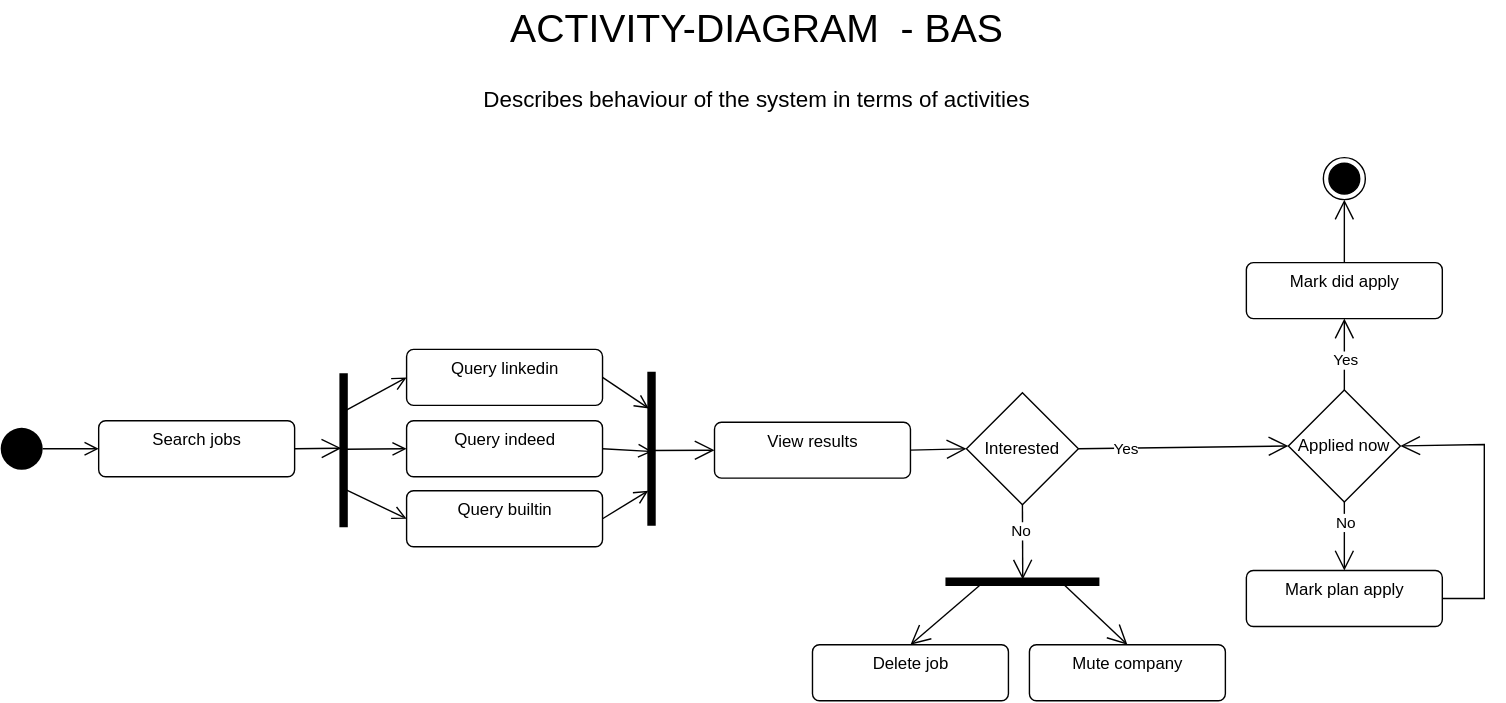
Earlier version of the draw.io export diagrams/Diagram-ACTIVITY.drawio.svg (vadzimk/bas). Source tidied: cells renumbered, new cells last; positions are measured from the earlier drawing's top-left corner, leaving out a move shared by most shapes.
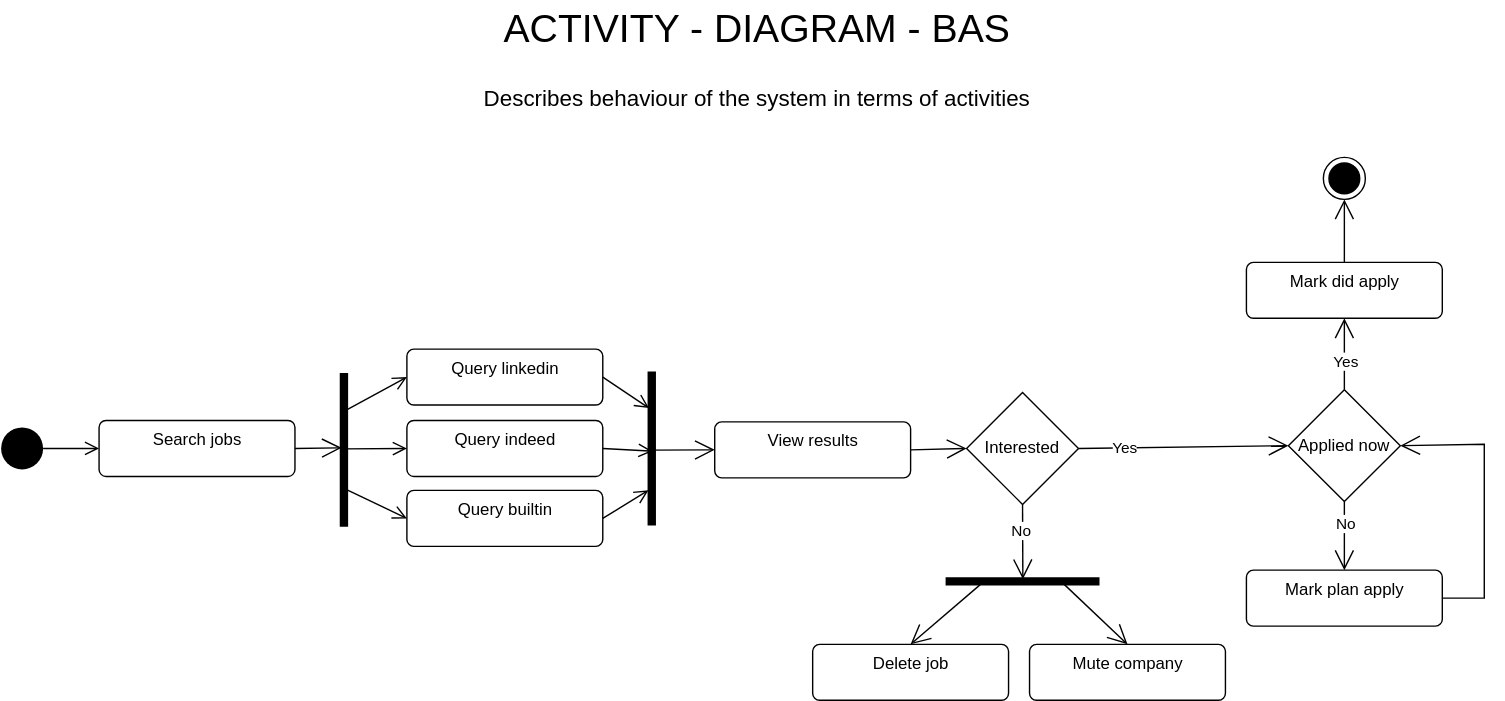
Above is the later version.

The edit, as a diff of the source:
```diff
@@ -2,8 +2,8 @@
   <root>
     <mxCell id="0" />
     <mxCell id="1" parent="0" />
-    <mxCell id="2" value="ACTIVITY-DIAGRAM&amp;nbsp; - BAS" style="text;html=1;align=center;verticalAlign=middle;fillColor=none;strokeColor=none;rounded=0;fontSize=28;fontColor=default;" parent="1" vertex="1">
-      <mxGeometry x="355" width="370" height="40" as="geometry" />
+    <mxCell id="2" value="ACTIVITY - DIAGRAM - BAS" style="text;html=1;align=center;verticalAlign=middle;fillColor=none;strokeColor=none;rounded=0;fontSize=28;fontColor=default;" parent="1" vertex="1">
+      <mxGeometry x="350" width="380" height="40" as="geometry" />
     </mxCell>
     <mxCell id="3" value="Describes behaviour of the system in terms of activities" style="text;html=1;align=center;verticalAlign=middle;fillColor=none;strokeColor=none;rounded=0;fontSize=16;fontColor=default;" parent="1" vertex="1">
       <mxGeometry x="335" y="60" width="410" height="20" as="geometry" />
```
